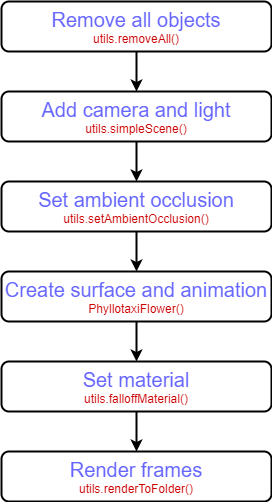
Above: bpy_fundamentals/phyllotaxis_main.png in huangyichieh/huangyichieh.github.io (draw.io), before the change. Source tidied: cells renumbered, new cells last; positions are measured from the earlier drawing's top-left corner, leaving out a move shared by most shapes.
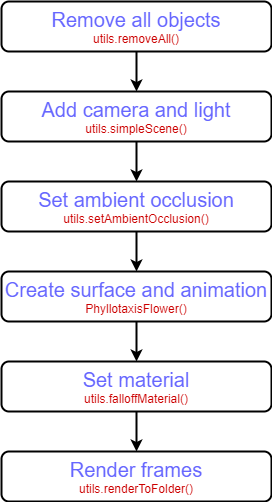
The same file after the commit.

Commit message:
fix(bpy_fundamentals): typo in images

What changed in the source:
```diff
@@ -11,7 +11,7 @@
     <mxCell id="4" value="&lt;font&gt;&lt;font color=&quot;#6666ff&quot;&gt;&lt;span style=&quot;font-size: 20px&quot;&gt;Set ambient occlusion&lt;/span&gt;&lt;/font&gt;&lt;br&gt;&lt;font color=&quot;#cc0000&quot;&gt;utils.setAmbientOcclusion()&lt;/font&gt;&lt;br&gt;&lt;/font&gt;" style="rounded=1;whiteSpace=wrap;html=1;strokeWidth=2;" parent="2" vertex="1">
       <mxGeometry y="180" width="270" height="50" as="geometry" />
     </mxCell>
-    <mxCell id="5" value="&lt;font&gt;&lt;font color=&quot;#6666ff&quot;&gt;&lt;span style=&quot;font-size: 20px&quot;&gt;Create surface and animation&lt;/span&gt;&lt;/font&gt;&lt;br&gt;&lt;font color=&quot;#cc0000&quot;&gt;PhyllotaxiFlower()&lt;/font&gt;&lt;br&gt;&lt;/font&gt;" style="rounded=1;whiteSpace=wrap;html=1;strokeWidth=2;" parent="2" vertex="1">
+    <mxCell id="5" value="&lt;font&gt;&lt;font color=&quot;#6666ff&quot;&gt;&lt;span style=&quot;font-size: 20px&quot;&gt;Create surface and animation&lt;/span&gt;&lt;/font&gt;&lt;br&gt;&lt;font color=&quot;#cc0000&quot;&gt;PhyllotaxisFlower()&lt;/font&gt;&lt;br&gt;&lt;/font&gt;" style="rounded=1;whiteSpace=wrap;html=1;strokeWidth=2;" parent="2" vertex="1">
       <mxGeometry y="270" width="270" height="50" as="geometry" />
     </mxCell>
     <mxCell id="6" value="&lt;font&gt;&lt;font color=&quot;#6666ff&quot;&gt;&lt;span style=&quot;font-size: 20px&quot;&gt;Set material&lt;/span&gt;&lt;/font&gt;&lt;br&gt;&lt;font color=&quot;#cc0000&quot;&gt;utils.falloffMaterial()&lt;/font&gt;&lt;br&gt;&lt;/font&gt;" style="rounded=1;whiteSpace=wrap;html=1;strokeWidth=2;" parent="2" vertex="1">
```
